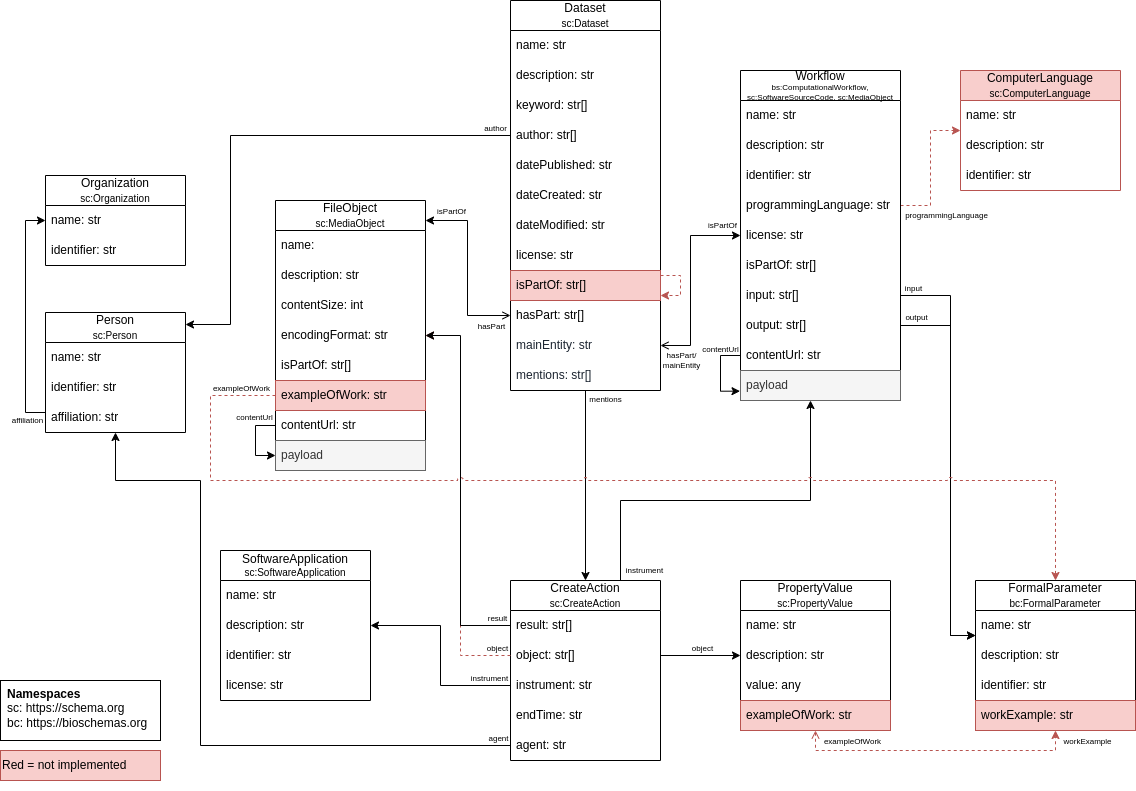
Senckenberg-DCBiodivIT/FAIR-workflow-platform-cordra-schema keeps this draw.io diagram as assets/data_schema.drawio.png. Above is the earlier version. Source tidied: cells renumbered, new cells last; positions are measured from the earlier drawing's top-left corner, leaving out a move shared by most shapes.
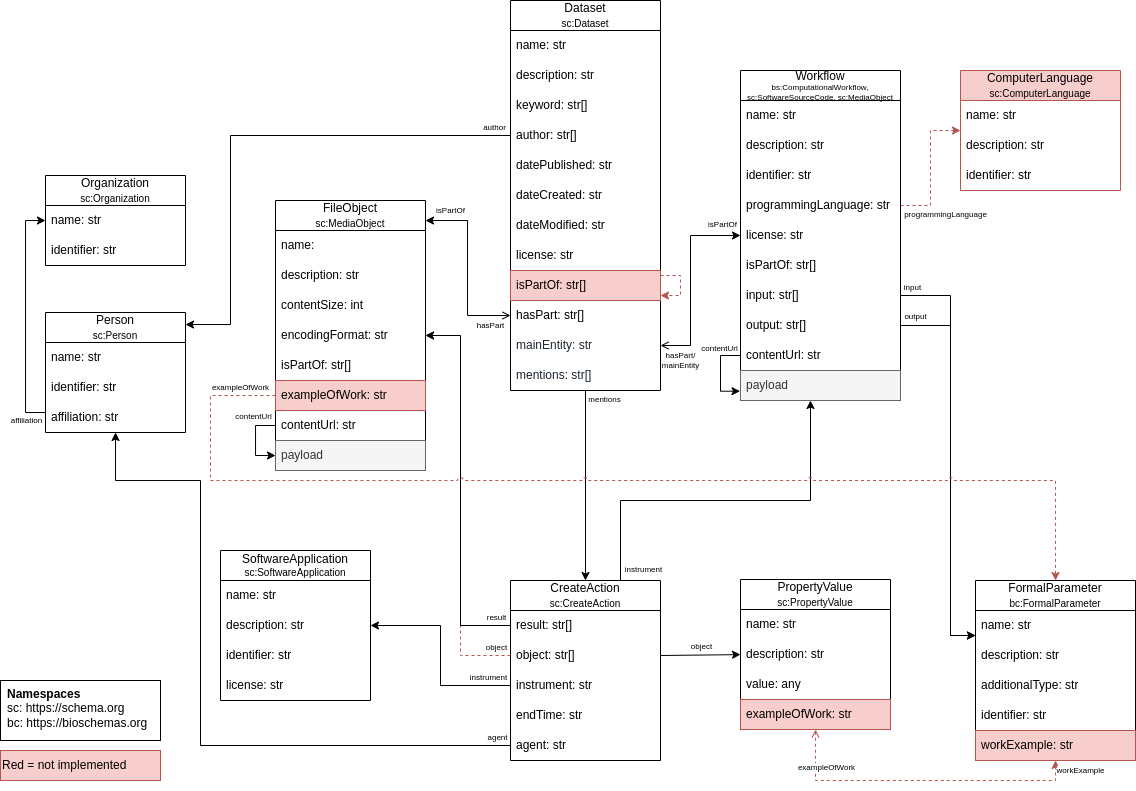
The same file after the commit.

Commit message:
add additionalType to formal parameter

The edit, as a diff of the source:
```diff
@@ -81,7 +81,7 @@
       <mxGeometry y="90" width="160" height="30" as="geometry" />
     </mxCell>
     <mxCell id="28" value="FormalParameter&lt;div&gt;&lt;font style=&quot;font-size: 10px;&quot;&gt;bc:FormalParameter&lt;/font&gt;&lt;/div&gt;" style="swimlane;fontStyle=0;horizontal=1;startSize=30;whiteSpace=wrap;html=1;" parent="1" vertex="1">
-      <mxGeometry x="975" y="580" width="160" height="150" as="geometry" />
+      <mxGeometry x="975" y="580" width="160" height="180" as="geometry" />
     </mxCell>
     <mxCell id="29" value="name: str" style="text;align=left;verticalAlign=middle;spacingLeft=4;spacingRight=4;overflow=hidden;whiteSpace=wrap;html=1;" parent="28" vertex="1">
       <mxGeometry y="30" width="160" height="30" as="geometry" />
@@ -89,11 +89,14 @@
     <mxCell id="30" value="description: str" style="text;align=left;verticalAlign=middle;spacingLeft=4;spacingRight=4;overflow=hidden;whiteSpace=wrap;html=1;" parent="28" vertex="1">
       <mxGeometry y="60" width="160" height="30" as="geometry" />
     </mxCell>
+    <mxCell id="111" value="additionalType: str" style="text;align=left;verticalAlign=middle;spacingLeft=4;spacingRight=4;overflow=hidden;whiteSpace=wrap;html=1;" parent="28" vertex="1">
+      <mxGeometry y="90" width="160" height="30" as="geometry" />
+    </mxCell>
     <mxCell id="31" value="identifier: str" style="text;align=left;verticalAlign=middle;spacingLeft=4;spacingRight=4;overflow=hidden;whiteSpace=wrap;html=1;" parent="28" vertex="1">
-      <mxGeometry y="90" width="160" height="30" as="geometry" />
+      <mxGeometry y="120" width="160" height="30" as="geometry" />
     </mxCell>
     <mxCell id="32" value="workExample: str" style="text;align=left;verticalAlign=middle;spacingLeft=4;spacingRight=4;overflow=hidden;whiteSpace=wrap;html=1;fillColor=#f8cecc;strokeColor=#b85450;" parent="28" vertex="1">
-      <mxGeometry y="120" width="160" height="30" as="geometry" />
+      <mxGeometry y="150" width="160" height="30" as="geometry" />
     </mxCell>
     <mxCell id="33" value="Organization&lt;div&gt;&lt;font style=&quot;font-size: 10px;&quot;&gt;sc:Organization&lt;/font&gt;&lt;/div&gt;" style="swimlane;fontStyle=0;horizontal=1;startSize=30;whiteSpace=wrap;html=1;" parent="1" vertex="1">
       <mxGeometry x="45" y="175" width="140" height="90" as="geometry" />
@@ -311,7 +314,7 @@
       <mxGeometry y="240" width="150" height="30" as="geometry" />
     </mxCell>
     <mxCell id="86" value="PropertyValue&lt;div&gt;&lt;font style=&quot;font-size: 10px;&quot;&gt;sc:PropertyValue&lt;/font&gt;&lt;/div&gt;" style="swimlane;fontStyle=0;horizontal=1;startSize=30;whiteSpace=wrap;html=1;" parent="1" vertex="1">
-      <mxGeometry x="740" y="580" width="150" height="150" as="geometry" />
+      <mxGeometry x="740" y="579" width="150" height="150" as="geometry" />
     </mxCell>
     <mxCell id="87" value="name: str" style="text;align=left;verticalAlign=middle;spacingLeft=4;spacingRight=4;overflow=hidden;whiteSpace=wrap;html=1;" parent="86" vertex="1">
       <mxGeometry y="30" width="150" height="30" as="geometry" />
@@ -393,8 +396,8 @@
     <mxCell id="103" style="edgeStyle=orthogonalEdgeStyle;rounded=0;jettySize=auto;html=1;fillColor=#f8cecc;strokeColor=#b85450;dashed=1;startArrow=open;startFill=0;" parent="1" edge="1" source="90" target="28">
       <mxGeometry relative="1" as="geometry">
         <Array as="points">
-          <mxPoint x="815" y="750" />
-          <mxPoint x="1055" y="750" />
+          <mxPoint x="815" y="780" />
+          <mxPoint x="1055" y="780" />
         </Array>
       </mxGeometry>
     </mxCell>
```
